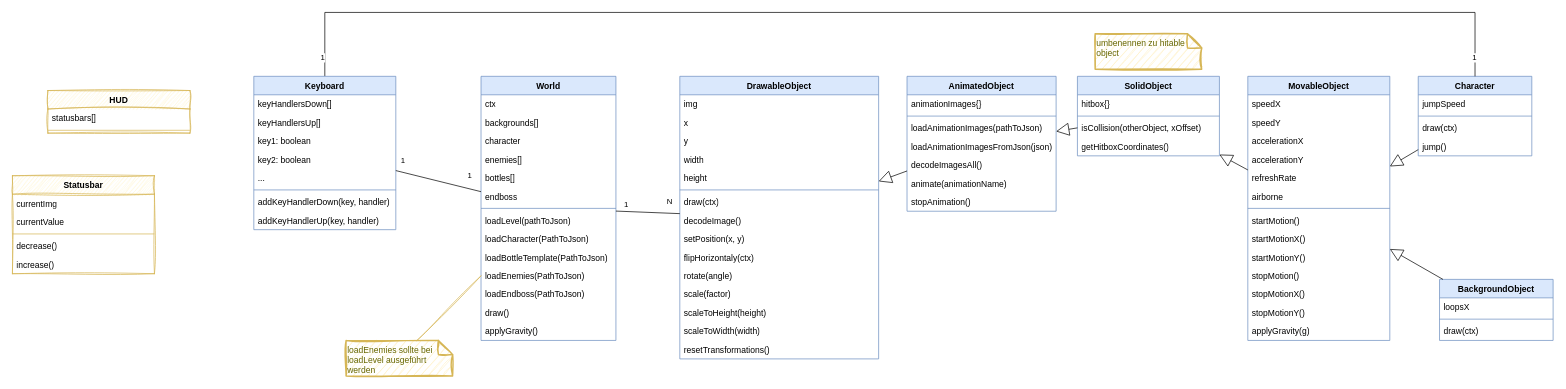
Before: uml/classDiagram.drawio in ReinhardWansch/ElPolloLoco, a draw.io diagram. Source tidied: cells renumbered, new cells numbered last; positions are measured from the earlier drawing's top-left corner, leaving out a move shared by most shapes. Both pictures are drawn from the tidied source at 71%, with x=0, y=0 at pixel (12, 12).
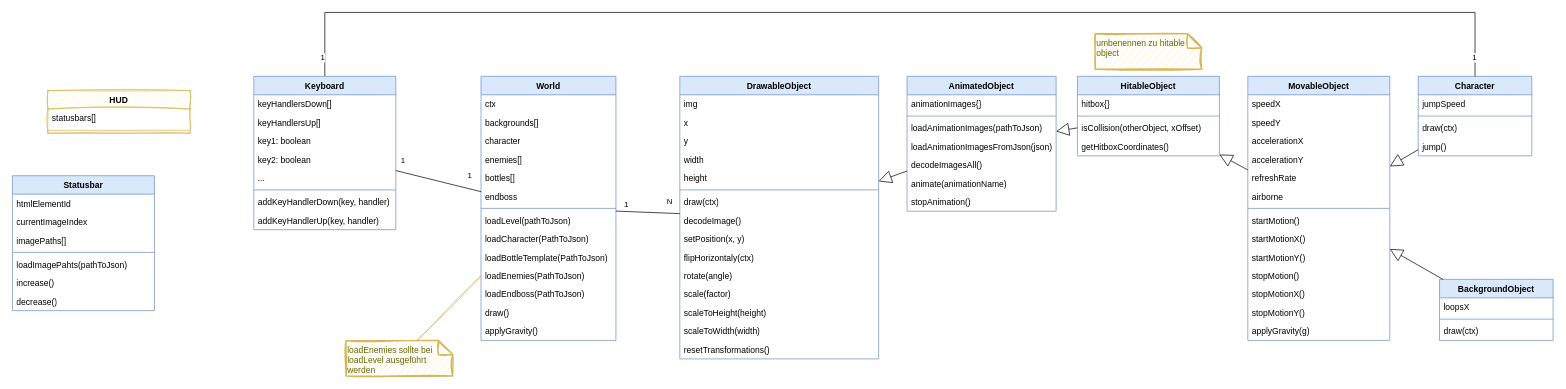
After the change.

Commit message (it also covers changes not shown here):
rename SolidObject -> HitableObject

The edit, as a diff of the source:
```diff
@@
-    <mxCell id="79" value="SolidObject" style="swimlane;fontStyle=1;align=center;verticalAlign=top;horizontal=1;startSize=26;whiteSpace=wrap;html=1;fillColor=#dae8fc;strokeColor=#6c8ebf;" parent="1" vertex="1">
+    <mxCell id="79" value="HitableObject" style="swimlane;fontStyle=1;align=center;verticalAlign=top;horizontal=1;startSize=26;whiteSpace=wrap;html=1;fillColor=#dae8fc;strokeColor=#6c8ebf;" parent="1" vertex="1">
       <mxGeometry x="1500" y="90" width="200" height="112" as="geometry" />
     </mxCell>
@@
-    <mxCell id="96" value="Statusbar" style="swimlane;fontStyle=1;align=center;verticalAlign=top;horizontal=1;startSize=26;whiteSpace=wrap;html=1;fillColor=#fff2cc;strokeColor=#d6b656;sketch=1;curveFitting=1;jiggle=2;" parent="1" vertex="1">
-      <mxGeometry y="230" width="200" height="138" as="geometry" />
+    <mxCell id="96" value="Statusbar" style="swimlane;fontStyle=1;align=center;verticalAlign=top;horizontal=1;startSize=26;whiteSpace=wrap;html=1;fillColor=#dae8fc;strokeColor=#6c8ebf;" parent="1" vertex="1">
+      <mxGeometry y="230" width="200" height="190" as="geometry" />
     </mxCell>
-    <mxCell id="97" value="currentImg" style="text;strokeColor=none;fillColor=none;align=left;verticalAlign=top;spacingLeft=4;spacingRight=4;overflow=hidden;whiteSpace=wrap;html=1;" parent="96" vertex="1">
+    <mxCell id="97" value="htmlElementId" style="text;strokeColor=none;fillColor=none;align=left;verticalAlign=top;spacingLeft=4;spacingRight=4;overflow=hidden;whiteSpace=wrap;html=1;" parent="96" vertex="1">
       <mxGeometry y="26" width="200" height="26" as="geometry" />
     </mxCell>
-    <mxCell id="98" value="currentValue" style="text;strokeColor=none;fillColor=none;align=left;verticalAlign=top;spacingLeft=4;spacingRight=4;overflow=hidden;whiteSpace=wrap;html=1;" parent="96" vertex="1">
+    <mxCell id="98" value="currentImageIndex" style="text;strokeColor=none;fillColor=none;align=left;verticalAlign=top;spacingLeft=4;spacingRight=4;overflow=hidden;whiteSpace=wrap;html=1;" parent="96" vertex="1">
       <mxGeometry y="52" width="200" height="26" as="geometry" />
     </mxCell>
+    <mxCell id="105" value="imagePaths[]" style="text;strokeColor=none;fillColor=none;align=left;verticalAlign=top;spacingLeft=4;spacingRight=4;overflow=hidden;whiteSpace=wrap;html=1;" parent="96" vertex="1">
+      <mxGeometry y="78" width="200" height="26" as="geometry" />
+    </mxCell>
     <mxCell id="99" style="line;strokeWidth=1;fillColor=none;align=left;verticalAlign=middle;spacingTop=-1;spacingLeft=3;spacingRight=3;labelPosition=right;strokeColor=inherit;" parent="96" vertex="1">
-      <mxGeometry y="78" width="200" height="8" as="geometry" />
+      <mxGeometry y="104" width="200" height="8" as="geometry" />
     </mxCell>
-    <mxCell id="100" value="decrease()" style="text;strokeColor=none;fillColor=none;align=left;verticalAlign=top;spacingLeft=4;spacingRight=4;overflow=hidden;whiteSpace=wrap;html=1;" parent="96" vertex="1">
-      <mxGeometry y="86" width="200" height="26" as="geometry" />
+    <mxCell id="100" value="loadImagePahts(pathToJson)" style="text;strokeColor=none;fillColor=none;align=left;verticalAlign=top;spacingLeft=4;spacingRight=4;overflow=hidden;whiteSpace=wrap;html=1;" parent="96" vertex="1">
+      <mxGeometry y="112" width="200" height="26" as="geometry" />
     </mxCell>
     <mxCell id="101" value="increase()" style="text;strokeColor=none;fillColor=none;align=left;verticalAlign=top;spacingLeft=4;spacingRight=4;overflow=hidden;whiteSpace=wrap;html=1;" parent="96" vertex="1">
-      <mxGeometry y="112" width="200" height="26" as="geometry" />
+      <mxGeometry y="138" width="200" height="26" as="geometry" />
     </mxCell>
+    <mxCell id="106" value="decrease()" style="text;strokeColor=none;fillColor=none;align=left;verticalAlign=top;spacingLeft=4;spacingRight=4;overflow=hidden;whiteSpace=wrap;html=1;" parent="96" vertex="1">
+      <mxGeometry y="164" width="200" height="26" as="geometry" />
+    </mxCell>
```
